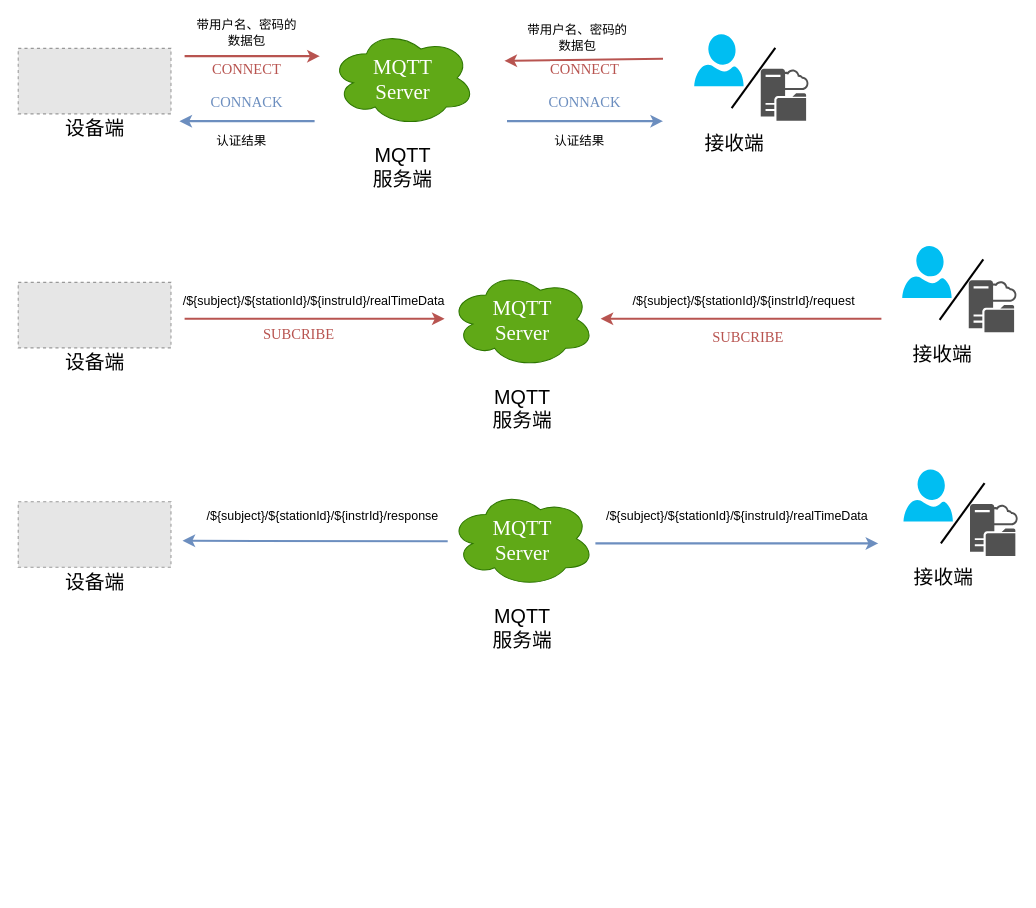
raingnight/Blog_Pic keeps this draw.io diagram as page "第 6 页" (6 of 7) of drawio/mqtt-auth.drawio. Above is the earlier version. Source tidied: cells renumbered, new cells numbered last; positions are measured from the earlier drawing's top-left corner, leaving out a move shared by most shapes. Both pictures are drawn from the tidied source at 104%, with x=0, y=0 at pixel (18, 21). Pictures stored in the file or linked from it are replaced by grey dashed boxes.
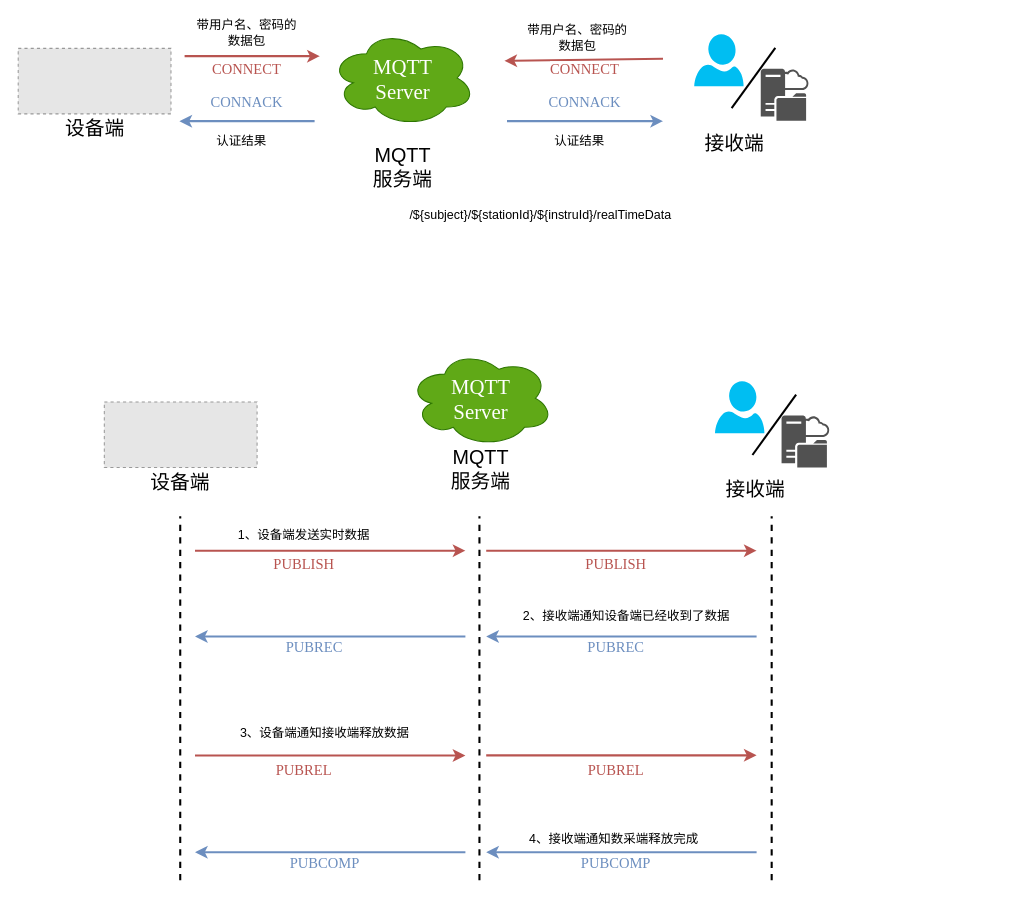
After the change.

Change to the diagram source:
```diff
@@
     <mxCell id="4" style="edgeStyle=none;rounded=0;sketch=0;orthogonalLoop=1;jettySize=auto;html=1;exitX=0.5;exitY=1;exitDx=0;exitDy=0;strokeWidth=2;fontSize=14;fontColor=#56a8f5;endArrow=none;endFill=0;" parent="1" edge="1">
       <mxGeometry relative="1" as="geometry">
-        <mxPoint x="810" y="265.5" as="sourcePoint" />
-        <mxPoint x="810" y="265.5" as="targetPoint" />
+        <mxPoint x="803.2" y="498" as="sourcePoint" />
+        <mxPoint x="803.2" y="498" as="targetPoint" />
       </mxGeometry>
     </mxCell>
@@
     <mxCell id="22" value="MQTT&lt;br&gt;Server" style="ellipse;shape=cloud;whiteSpace=wrap;html=1;hachureGap=4;fontFamily=Times New Roman;fontSize=20;fillColor=#60a917;strokeColor=#2D7600;fontColor=#ffffff;" parent="1" vertex="1">
-      <mxGeometry x="414.8" y="240" width="139.5" height="93" as="geometry" />
+      <mxGeometry x="375.2" y="316" width="139.5" height="93" as="geometry" />
     </mxCell>
     <mxCell id="23" style="edgeStyle=none;rounded=0;sketch=0;orthogonalLoop=1;jettySize=auto;html=1;exitX=0.5;exitY=0;exitDx=0;exitDy=0;strokeWidth=2;fontSize=14;fontColor=#56a8f5;endArrow=none;endFill=0;" parent="1" edge="1">
       <mxGeometry relative="1" as="geometry">
-        <mxPoint x="816" y="229.5" as="sourcePoint" />
-        <mxPoint x="816" y="229.5" as="targetPoint" />
+        <mxPoint x="820.5" y="359.5" as="sourcePoint" />
+        <mxPoint x="820.5" y="359.5" as="targetPoint" />
       </mxGeometry>
     </mxCell>
-    <mxCell id="24" style="edgeStyle=none;rounded=0;sketch=0;orthogonalLoop=1;jettySize=auto;html=1;exitX=0.5;exitY=1;exitDx=0;exitDy=0;strokeWidth=2;fontSize=14;fontColor=#56a8f5;endArrow=none;endFill=0;" parent="1" edge="1">
-      <mxGeometry relative="1" as="geometry">
-        <mxPoint x="800" y="406" as="sourcePoint" />
-        <mxPoint x="800" y="406" as="targetPoint" />
-      </mxGeometry>
-    </mxCell>
     <mxCell id="25" style="orthogonalLoop=1;jettySize=auto;html=1;shadow=0;strokeColor=#b85450;fontFamily=Helvetica;fontSize=12;fontColor=#000000;fillColor=#f8cecc;strokeWidth=2;" parent="1" edge="1">
       <mxGeometry relative="1" as="geometry">
-        <mxPoint x="160" y="286" as="sourcePoint" />
-        <mxPoint x="410" y="286" as="targetPoint" />
+        <mxPoint x="170" y="509" as="sourcePoint" />
+        <mxPoint x="430" y="509" as="targetPoint" />
       </mxGeometry>
     </mxCell>
     <mxCell id="26" value="MQTT&lt;br&gt;服务端" style="text;html=1;strokeColor=none;fillColor=none;align=center;verticalAlign=middle;whiteSpace=wrap;rounded=0;fontSize=19;" parent="1" vertex="1">
-      <mxGeometry x="439.5" y="358" width="90" height="30" as="geometry" />
+      <mxGeometry x="400" y="416" width="90" height="30" as="geometry" />
     </mxCell>
     <mxCell id="27" style="group;" parent="1" vertex="1">
-      <mxGeometry y="251" width="146.9" height="93" as="geometry" />
+      <mxGeometry x="82.8" y="366" width="146.9" height="93" as="geometry" />
     </mxCell>
@@
     <mxCell id="30" style="group;" parent="1" vertex="1">
-      <mxGeometry x="850" y="216" width="110" height="120" as="geometry" />
+      <mxGeometry x="670" y="346" width="110" height="120" as="geometry" />
     </mxCell>
@@
-    <mxCell id="35" style="orthogonalLoop=1;jettySize=auto;html=1;shadow=0;strokeColor=#b85450;fontFamily=Helvetica;fontSize=12;fontColor=#000000;fillColor=#f8cecc;strokeWidth=2;" parent="1" edge="1">
-      <mxGeometry relative="1" as="geometry">
-        <mxPoint x="830" y="286" as="sourcePoint" />
-        <mxPoint x="560" y="286" as="targetPoint" />
-      </mxGeometry>
-    </mxCell>
-    <mxCell id="36" value="/${subject}/${stationId}/${instrId}/request" style="text;html=1;strokeColor=none;fillColor=none;align=center;verticalAlign=middle;whiteSpace=wrap;rounded=0;" parent="1" vertex="1">
-      <mxGeometry x="582" y="258" width="232" height="22" as="geometry" />
-    </mxCell>
     <mxCell id="37" value="/${subject}/${stationId}/${instruId}/realTimeData" style="text;html=1;strokeColor=none;fillColor=none;align=center;verticalAlign=middle;whiteSpace=wrap;rounded=0;" parent="1" vertex="1">
-      <mxGeometry x="146.9" y="258" width="275" height="22" as="geometry" />
+      <mxGeometry x="365" y="176" width="275" height="22" as="geometry" />
     </mxCell>
-    <mxCell id="38" style="edgeStyle=none;rounded=0;sketch=0;orthogonalLoop=1;jettySize=auto;html=1;exitX=0.5;exitY=1;exitDx=0;exitDy=0;strokeWidth=2;fontSize=14;fontColor=#56a8f5;endArrow=none;endFill=0;" parent="1" edge="1">
-      <mxGeometry relative="1" as="geometry">
-        <mxPoint x="811.2" y="480.5" as="sourcePoint" />
-        <mxPoint x="811.2" y="480.5" as="targetPoint" />
-      </mxGeometry>
-    </mxCell>
-    <mxCell id="39" value="MQTT&lt;br&gt;Server" style="ellipse;shape=cloud;whiteSpace=wrap;html=1;hachureGap=4;fontFamily=Times New Roman;fontSize=20;fillColor=#60a917;strokeColor=#2D7600;fontColor=#ffffff;" parent="1" vertex="1">
-      <mxGeometry x="414.8" y="451" width="139.5" height="93" as="geometry" />
-    </mxCell>
-    <mxCell id="40" style="edgeStyle=none;rounded=0;sketch=0;orthogonalLoop=1;jettySize=auto;html=1;exitX=0.5;exitY=0;exitDx=0;exitDy=0;strokeWidth=2;fontSize=14;fontColor=#56a8f5;endArrow=none;endFill=0;" parent="1" edge="1">
-      <mxGeometry relative="1" as="geometry">
-        <mxPoint x="817.2" y="444.5" as="sourcePoint" />
-        <mxPoint x="817.2" y="444.5" as="targetPoint" />
-      </mxGeometry>
-    </mxCell>
-    <mxCell id="41" style="edgeStyle=none;rounded=0;sketch=0;orthogonalLoop=1;jettySize=auto;html=1;exitX=0.5;exitY=1;exitDx=0;exitDy=0;strokeWidth=2;fontSize=14;fontColor=#56a8f5;endArrow=none;endFill=0;" parent="1" edge="1">
-      <mxGeometry relative="1" as="geometry">
-        <mxPoint x="734.8" y="638" as="sourcePoint" />
-        <mxPoint x="734.8" y="638" as="targetPoint" />
-      </mxGeometry>
-    </mxCell>
-    <mxCell id="42" style="orthogonalLoop=1;jettySize=auto;html=1;shadow=0;strokeColor=#6c8ebf;fontFamily=Helvetica;fontSize=12;fontColor=#000000;fillColor=#dae8fc;strokeWidth=2;" parent="1" edge="1">
-      <mxGeometry relative="1" as="geometry">
-        <mxPoint x="413" y="500" as="sourcePoint" />
-        <mxPoint x="158" y="499.5" as="targetPoint" />
-      </mxGeometry>
-    </mxCell>
-    <mxCell id="43" value="MQTT&lt;br&gt;服务端" style="text;html=1;strokeColor=none;fillColor=none;align=center;verticalAlign=middle;whiteSpace=wrap;rounded=0;fontSize=19;" parent="1" vertex="1">
-      <mxGeometry x="439.5" y="569" width="90" height="30" as="geometry" />
-    </mxCell>
-    <mxCell id="44" style="group;" parent="1" vertex="1">
-      <mxGeometry y="462" width="146.9" height="93" as="geometry" />
-    </mxCell>
-    <mxCell id="45" style="fillColor=#E6E6E6;strokeColor=#999999;dashed=1;verticalLabelPosition=bottom;verticalAlign=top;fontFamily=Architects Daughter;fontSize=20;" parent="44" vertex="1">
-      <mxGeometry width="146.9" height="63" as="geometry" />
-    </mxCell>
-    <mxCell id="46" value="设备端" style="text;html=1;strokeColor=none;fillColor=none;align=center;verticalAlign=middle;whiteSpace=wrap;rounded=0;fontSize=19;" parent="44" vertex="1">
-      <mxGeometry x="43.5" y="63" width="60" height="30" as="geometry" />
-    </mxCell>
-    <mxCell id="47" style="group;" parent="1" vertex="1">
-      <mxGeometry x="851.2" y="431" width="110" height="120" as="geometry" />
-    </mxCell>
-    <mxCell id="48" style="verticalLabelPosition=bottom;html=1;verticalAlign=top;align=center;strokeColor=none;fillColor=#00BEF2;shape=mxgraph.azure.user;labelBackgroundColor=#FFFFFF;fontSize=20;fontColor=#479DC2;" parent="47" vertex="1">
-      <mxGeometry width="47.5" height="50" as="geometry" />
-    </mxCell>
-    <mxCell id="49" style="sketch=0;shadow=0;dashed=0;html=1;strokeColor=none;labelPosition=center;verticalLabelPosition=bottom;verticalAlign=top;align=center;fillColor=#515151;shape=mxgraph.mscae.system_center.cloud_distribution_point;labelBackgroundColor=#FFFFFF;fontSize=20;fontColor=#479DC2;" parent="47" vertex="1">
-      <mxGeometry x="64" y="33" width="46" height="50" as="geometry" />
-    </mxCell>
-    <mxCell id="50" style="endArrow=none;html=1;rounded=0;sketch=0;strokeWidth=2;fontSize=20;fontColor=#479DC2;" parent="47" edge="1">
-      <mxGeometry relative="1" as="geometry">
-        <mxPoint x="36" y="71" as="sourcePoint" />
-        <mxPoint x="78" y="13" as="targetPoint" />
-      </mxGeometry>
-    </mxCell>
-    <mxCell id="51" value="接收端" style="text;html=1;strokeColor=none;fillColor=none;align=center;verticalAlign=middle;whiteSpace=wrap;rounded=0;fontSize=19;" parent="47" vertex="1">
-      <mxGeometry x="8.6" y="90" width="60" height="30" as="geometry" />
-    </mxCell>
-    <mxCell id="52" style="orthogonalLoop=1;jettySize=auto;html=1;shadow=0;strokeColor=#6c8ebf;fontFamily=Helvetica;fontSize=12;fontColor=#000000;fillColor=#dae8fc;strokeWidth=2;" parent="1" edge="1">
-      <mxGeometry relative="1" as="geometry">
-        <mxPoint x="555" y="502" as="sourcePoint" />
-        <mxPoint x="827" y="502" as="targetPoint" />
-      </mxGeometry>
-    </mxCell>
-    <mxCell id="53" value="/${subject}/${stationId}/${instrId}/response" style="text;html=1;strokeColor=none;fillColor=none;align=center;verticalAlign=middle;whiteSpace=wrap;rounded=0;" parent="1" vertex="1">
-      <mxGeometry x="177" y="465" width="232" height="22" as="geometry" />
-    </mxCell>
-    <mxCell id="54" value="/${subject}/${stationId}/${instruId}/realTimeData" style="text;html=1;strokeColor=none;fillColor=none;align=center;verticalAlign=middle;whiteSpace=wrap;rounded=0;" parent="1" vertex="1">
-      <mxGeometry x="554.2" y="465" width="275" height="22" as="geometry" />
-    </mxCell>
@@
-    <mxCell id="59" value="&lt;div style=&quot;text-align: center; font-size: 14px;&quot;&gt;&lt;font face=&quot;Times New Roman&quot; style=&quot;font-size: 14px;&quot;&gt;&lt;span style=&quot;font-size: 14px; background-color: rgb(255, 255, 255);&quot;&gt;SUBCRIBE&lt;/span&gt;&lt;/font&gt;&lt;/div&gt;" style="text;whiteSpace=wrap;html=1;fontSize=14;fontFamily=Times New Roman;align=center;verticalAlign=middle;fontColor=#B85450;labelBackgroundColor=default;" parent="1" vertex="1">
-      <mxGeometry x="225" y="277" width="90" height="50" as="geometry" />
+    <mxCell id="59" value="&lt;div style=&quot;text-align: center; font-size: 14px;&quot;&gt;PUBLISH&lt;br&gt;&lt;/div&gt;" style="text;whiteSpace=wrap;html=1;fontSize=14;fontFamily=Times New Roman;align=center;verticalAlign=middle;fontColor=#B85450;labelBackgroundColor=default;" parent="1" vertex="1">
+      <mxGeometry x="230" y="498" width="90" height="50" as="geometry" />
     </mxCell>
-    <mxCell id="60" value="&lt;div style=&quot;text-align: center; font-size: 14px;&quot;&gt;&lt;font face=&quot;Times New Roman&quot; style=&quot;font-size: 14px;&quot;&gt;&lt;span style=&quot;font-size: 14px; background-color: rgb(255, 255, 255);&quot;&gt;SUBCRIBE&lt;/span&gt;&lt;/font&gt;&lt;/div&gt;" style="text;whiteSpace=wrap;html=1;fontSize=14;fontFamily=Times New Roman;align=center;verticalAlign=middle;fontColor=#B85450;labelBackgroundColor=default;" parent="1" vertex="1">
-      <mxGeometry x="657" y="280" width="90" height="50" as="geometry" />
-    </mxCell>
+    <mxCell id="61" style="orthogonalLoop=1;jettySize=auto;html=1;shadow=0;strokeColor=#b85450;fontFamily=Helvetica;fontSize=12;fontColor=#000000;fillColor=#f8cecc;strokeWidth=2;" parent="1" edge="1">
+      <mxGeometry relative="1" as="geometry">
+        <mxPoint x="450" y="509" as="sourcePoint" />
+        <mxPoint x="710" y="509" as="targetPoint" />
+      </mxGeometry>
+    </mxCell>
+    <mxCell id="62" value="1、设备端发送实时数据" style="text;html=1;strokeColor=none;fillColor=none;align=center;verticalAlign=middle;whiteSpace=wrap;rounded=0;" parent="1" vertex="1">
+      <mxGeometry x="199.8" y="483" width="150" height="22" as="geometry" />
+    </mxCell>
+    <mxCell id="63" value="&lt;div style=&quot;text-align: center; font-size: 14px;&quot;&gt;PUBLISH&lt;br&gt;&lt;/div&gt;" style="text;whiteSpace=wrap;html=1;fontSize=14;fontFamily=Times New Roman;align=center;verticalAlign=middle;fontColor=#B85450;labelBackgroundColor=default;" parent="1" vertex="1">
+      <mxGeometry x="530" y="498" width="90" height="50" as="geometry" />
+    </mxCell>
+    <mxCell id="64" style="endArrow=none;dashed=1;html=1;rounded=0;sketch=0;strokeWidth=2;" parent="1" edge="1">
+      <mxGeometry relative="1" as="geometry">
+        <mxPoint x="155.8" y="826" as="sourcePoint" />
+        <mxPoint x="155.8" y="476" as="targetPoint" />
+      </mxGeometry>
+    </mxCell>
+    <mxCell id="65" style="endArrow=none;dashed=1;html=1;rounded=0;sketch=0;strokeWidth=2;" parent="1" edge="1">
+      <mxGeometry relative="1" as="geometry">
+        <mxPoint x="443.5" y="826" as="sourcePoint" />
+        <mxPoint x="443.5" y="476" as="targetPoint" />
+      </mxGeometry>
+    </mxCell>
+    <mxCell id="66" style="endArrow=none;dashed=1;html=1;rounded=0;sketch=0;strokeWidth=2;" parent="1" edge="1">
+      <mxGeometry relative="1" as="geometry">
+        <mxPoint x="724.5" y="826" as="sourcePoint" />
+        <mxPoint x="724.5" y="476" as="targetPoint" />
+      </mxGeometry>
+    </mxCell>
+    <mxCell id="67" style="edgeStyle=none;rounded=0;sketch=0;orthogonalLoop=1;jettySize=auto;html=1;exitX=0.5;exitY=1;exitDx=0;exitDy=0;strokeWidth=2;fontSize=14;fontColor=#56a8f5;endArrow=none;endFill=0;" parent="1" edge="1">
+      <mxGeometry relative="1" as="geometry">
+        <mxPoint x="804.5" y="571" as="sourcePoint" />
+        <mxPoint x="804.5" y="571" as="targetPoint" />
+      </mxGeometry>
+    </mxCell>
+    <mxCell id="68" style="orthogonalLoop=1;jettySize=auto;html=1;shadow=0;strokeColor=#6c8ebf;fontFamily=Helvetica;fontSize=12;fontColor=#000000;fillColor=#dae8fc;strokeWidth=2;" parent="1" edge="1">
+      <mxGeometry relative="1" as="geometry">
+        <mxPoint x="710" y="591.5" as="sourcePoint" />
+        <mxPoint x="450" y="591.5" as="targetPoint" />
+      </mxGeometry>
+    </mxCell>
+    <mxCell id="69" value="2、接收端通知设备端已经收到了数据" style="text;html=1;strokeColor=none;fillColor=none;align=center;verticalAlign=middle;whiteSpace=wrap;rounded=0;" parent="1" vertex="1">
+      <mxGeometry x="480" y="560.5" width="210" height="22" as="geometry" />
+    </mxCell>
+    <mxCell id="70" value="&lt;div style=&quot;text-align: center; font-size: 14px;&quot;&gt;&lt;font face=&quot;Times New Roman&quot; style=&quot;font-size: 14px;&quot;&gt;&lt;span style=&quot;font-size: 14px; background-color: rgb(255, 255, 255);&quot;&gt;PUBREC&lt;/span&gt;&lt;/font&gt;&lt;/div&gt;" style="text;whiteSpace=wrap;html=1;fontSize=14;fontFamily=Times New Roman;align=center;verticalAlign=middle;fontColor=#6C8EBF;labelBackgroundColor=default;" parent="1" vertex="1">
+      <mxGeometry x="530" y="578" width="90" height="50" as="geometry" />
+    </mxCell>
+    <mxCell id="71" style="edgeStyle=none;rounded=0;sketch=0;orthogonalLoop=1;jettySize=auto;html=1;exitX=0.5;exitY=1;exitDx=0;exitDy=0;strokeWidth=2;fontSize=14;fontColor=#56a8f5;endArrow=none;endFill=0;" parent="1" edge="1">
+      <mxGeometry relative="1" as="geometry">
+        <mxPoint x="360.5" y="571" as="sourcePoint" />
+        <mxPoint x="360.5" y="571" as="targetPoint" />
+      </mxGeometry>
+    </mxCell>
+    <mxCell id="72" style="orthogonalLoop=1;jettySize=auto;html=1;shadow=0;strokeColor=#6c8ebf;fontFamily=Helvetica;fontSize=12;fontColor=#000000;fillColor=#dae8fc;strokeWidth=2;" parent="1" edge="1">
+      <mxGeometry relative="1" as="geometry">
+        <mxPoint x="430" y="591.5" as="sourcePoint" />
+        <mxPoint x="170" y="591.5" as="targetPoint" />
+      </mxGeometry>
+    </mxCell>
+    <mxCell id="73" value="&lt;div style=&quot;text-align: center; font-size: 14px;&quot;&gt;PUBREC&lt;br&gt;&lt;/div&gt;" style="text;whiteSpace=wrap;html=1;fontSize=14;fontFamily=Times New Roman;align=center;verticalAlign=middle;fontColor=#6C8EBF;labelBackgroundColor=default;" parent="1" vertex="1">
+      <mxGeometry x="240" y="578" width="90" height="50" as="geometry" />
+    </mxCell>
+    <mxCell id="74" style="orthogonalLoop=1;jettySize=auto;html=1;shadow=0;strokeColor=#b85450;fontFamily=Helvetica;fontSize=12;fontColor=#000000;fillColor=#f8cecc;strokeWidth=2;" parent="1" edge="1">
+      <mxGeometry relative="1" as="geometry">
+        <mxPoint x="170" y="706" as="sourcePoint" />
+        <mxPoint x="430" y="706" as="targetPoint" />
+      </mxGeometry>
+    </mxCell>
+    <mxCell id="75" value="&lt;div style=&quot;text-align: center; font-size: 14px;&quot;&gt;PUBREL&lt;br&gt;&lt;/div&gt;" style="text;whiteSpace=wrap;html=1;fontSize=14;fontFamily=Times New Roman;align=center;verticalAlign=middle;fontColor=#B85450;labelBackgroundColor=default;" parent="1" vertex="1">
+      <mxGeometry x="229.8" y="695.5" width="90" height="50" as="geometry" />
+    </mxCell>
+    <mxCell id="76" value="3、设备端通知接收端释放数据" style="text;html=1;strokeColor=none;fillColor=none;align=center;verticalAlign=middle;whiteSpace=wrap;rounded=0;" parent="1" vertex="1">
+      <mxGeometry x="199.8" y="673.5" width="190.2" height="22" as="geometry" />
+    </mxCell>
+    <mxCell id="77" style="edgeStyle=none;rounded=0;sketch=0;orthogonalLoop=1;jettySize=auto;html=1;exitX=0.5;exitY=1;exitDx=0;exitDy=0;strokeWidth=2;fontSize=14;fontColor=#56a8f5;endArrow=none;endFill=0;" parent="1" edge="1">
+      <mxGeometry relative="1" as="geometry">
+        <mxPoint x="794.5" y="685.2" as="sourcePoint" />
+        <mxPoint x="794.5" y="685.2" as="targetPoint" />
+      </mxGeometry>
+    </mxCell>
+    <mxCell id="78" style="orthogonalLoop=1;jettySize=auto;html=1;shadow=0;strokeColor=#b85450;fontFamily=Helvetica;fontSize=12;fontColor=#000000;fillColor=#f8cecc;strokeWidth=2;" parent="1" edge="1">
+      <mxGeometry relative="1" as="geometry">
+        <mxPoint x="450" y="705.8" as="sourcePoint" />
+        <mxPoint x="710" y="705.8" as="targetPoint" />
+      </mxGeometry>
+    </mxCell>
+    <mxCell id="79" value="&lt;div style=&quot;text-align: center; font-size: 14px;&quot;&gt;PUBREL&lt;br&gt;&lt;/div&gt;" style="text;whiteSpace=wrap;html=1;fontSize=14;fontFamily=Times New Roman;align=center;verticalAlign=middle;fontColor=#B85450;labelBackgroundColor=default;" parent="1" vertex="1">
+      <mxGeometry x="530" y="695.5" width="90" height="50" as="geometry" />
+    </mxCell>
+    <mxCell id="80" style="edgeStyle=none;rounded=0;sketch=0;orthogonalLoop=1;jettySize=auto;html=1;exitX=0.5;exitY=1;exitDx=0;exitDy=0;strokeWidth=2;fontSize=14;fontColor=#56a8f5;endArrow=none;endFill=0;" parent="1" edge="1">
+      <mxGeometry relative="1" as="geometry">
+        <mxPoint x="360.4" y="778.5" as="sourcePoint" />
+        <mxPoint x="360.4" y="778.5" as="targetPoint" />
+      </mxGeometry>
+    </mxCell>
+    <mxCell id="81" style="orthogonalLoop=1;jettySize=auto;html=1;shadow=0;strokeColor=#6c8ebf;fontFamily=Helvetica;fontSize=12;fontColor=#000000;fillColor=#dae8fc;strokeWidth=2;" parent="1" edge="1">
+      <mxGeometry relative="1" as="geometry">
+        <mxPoint x="430" y="799" as="sourcePoint" />
+        <mxPoint x="170" y="799" as="targetPoint" />
+      </mxGeometry>
+    </mxCell>
+    <mxCell id="82" value="&lt;div style=&quot;text-align: center; font-size: 14px;&quot;&gt;PUBCOMP&lt;br&gt;&lt;/div&gt;" style="text;whiteSpace=wrap;html=1;fontSize=14;fontFamily=Times New Roman;align=center;verticalAlign=middle;fontColor=#6C8EBF;labelBackgroundColor=default;" parent="1" vertex="1">
+      <mxGeometry x="249.9" y="785.5" width="90" height="50" as="geometry" />
+    </mxCell>
+    <mxCell id="83" style="edgeStyle=none;rounded=0;sketch=0;orthogonalLoop=1;jettySize=auto;html=1;exitX=0.5;exitY=1;exitDx=0;exitDy=0;strokeWidth=2;fontSize=14;fontColor=#56a8f5;endArrow=none;endFill=0;" parent="1" edge="1">
+      <mxGeometry relative="1" as="geometry">
+        <mxPoint x="795.8" y="754.8" as="sourcePoint" />
+        <mxPoint x="795.8" y="754.8" as="targetPoint" />
+      </mxGeometry>
+    </mxCell>
+    <mxCell id="84" style="orthogonalLoop=1;jettySize=auto;html=1;shadow=0;strokeColor=#6c8ebf;fontFamily=Helvetica;fontSize=12;fontColor=#000000;fillColor=#dae8fc;strokeWidth=2;" parent="1" edge="1">
+      <mxGeometry relative="1" as="geometry">
+        <mxPoint x="710" y="799" as="sourcePoint" />
+        <mxPoint x="450" y="799" as="targetPoint" />
+      </mxGeometry>
+    </mxCell>
+    <mxCell id="85" value="4、接收端通知数采端释放完成" style="text;html=1;strokeColor=none;fillColor=none;align=center;verticalAlign=middle;whiteSpace=wrap;rounded=0;" parent="1" vertex="1">
+      <mxGeometry x="487.5" y="776" width="170" height="22" as="geometry" />
+    </mxCell>
+    <mxCell id="86" value="&lt;div style=&quot;text-align: center; font-size: 14px;&quot;&gt;&lt;font face=&quot;Times New Roman&quot; style=&quot;font-size: 14px;&quot;&gt;&lt;span style=&quot;font-size: 14px; background-color: rgb(255, 255, 255);&quot;&gt;PUBCOMP&lt;/span&gt;&lt;/font&gt;&lt;/div&gt;" style="text;whiteSpace=wrap;html=1;fontSize=14;fontFamily=Times New Roman;align=center;verticalAlign=middle;fontColor=#6C8EBF;labelBackgroundColor=default;" parent="1" vertex="1">
+      <mxGeometry x="530" y="785.5" width="90" height="50" as="geometry" />
+    </mxCell>
```
